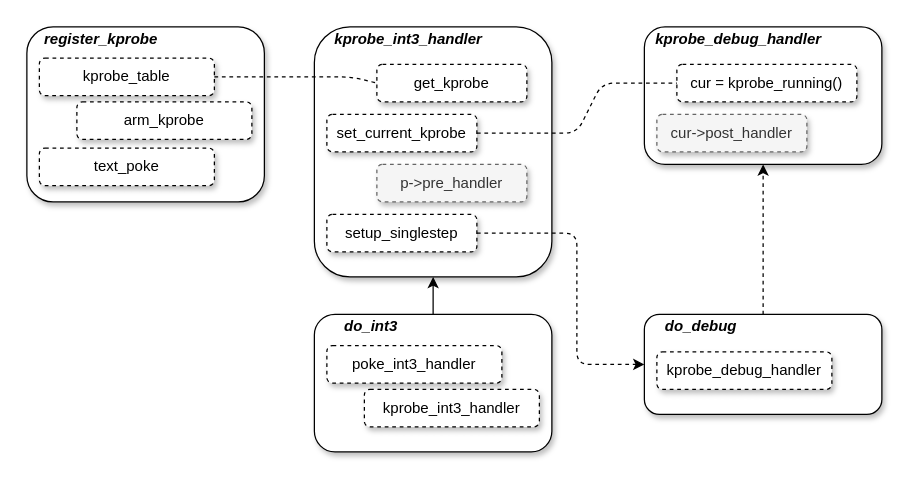
AirbornWdd/doc keeps this draw.io diagram as kprobe.drawio. Above is the earlier version. Source tidied: cells renumbered, new cells numbered last; positions are measured from the earlier drawing's top-left corner, leaving out a move shared by most shapes. Both pictures are drawn from the tidied source at 125%, with x=0, y=0 at pixel (26, 26).
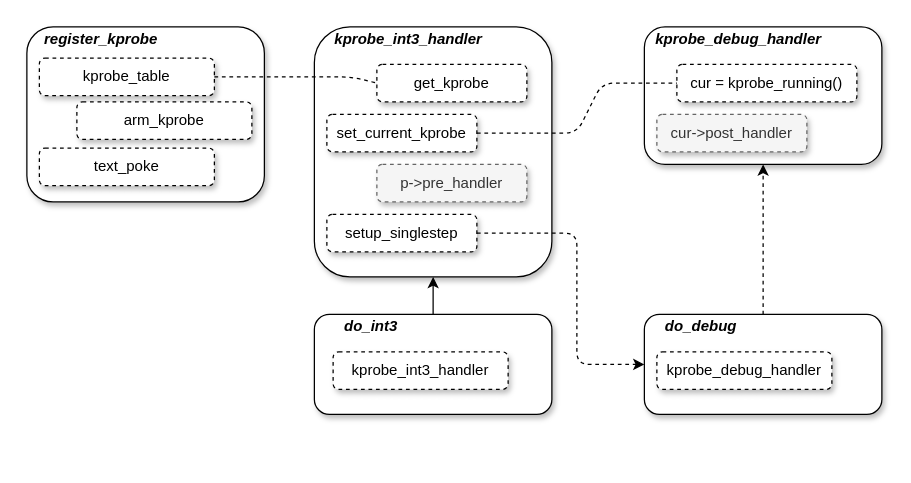
The same page after the edit.

What changed in the source:
```diff
@@
     <mxCell id="11" style="rounded=1;whiteSpace=wrap;html=1;shadow=1;" parent="1" vertex="1">
-      <mxGeometry x="230" y="230" width="190" height="110" as="geometry" />
+      <mxGeometry x="230" y="230" width="190" height="80" as="geometry" />
     </mxCell>
@@
-    <mxCell id="15" value="poke_int3_handler" style="rounded=1;whiteSpace=wrap;html=1;shadow=1;dashed=1;" parent="1" vertex="1">
-      <mxGeometry x="240" y="255" width="140" height="30" as="geometry" />
-    </mxCell>
     <mxCell id="16" value="kprobe_int3_handler" style="rounded=1;whiteSpace=wrap;html=1;shadow=1;dashed=1;" parent="1" vertex="1">
-      <mxGeometry x="270" y="290" width="140" height="30" as="geometry" />
+      <mxGeometry x="245" y="260" width="140" height="30" as="geometry" />
     </mxCell>
```
